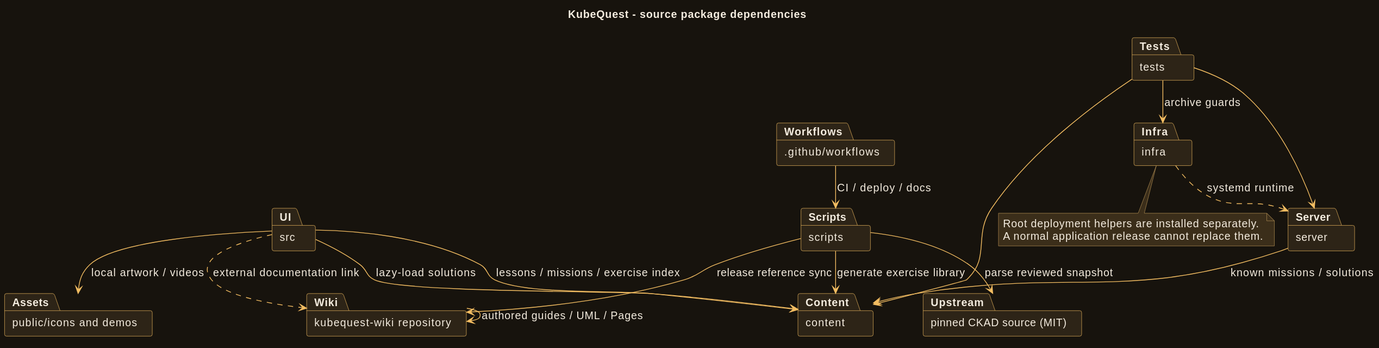
The PlantUML diagram diagrams/package.svg in ramideltoro/kubequest-wiki, before a commit. Its source is kept beside it as diagrams/package.puml.
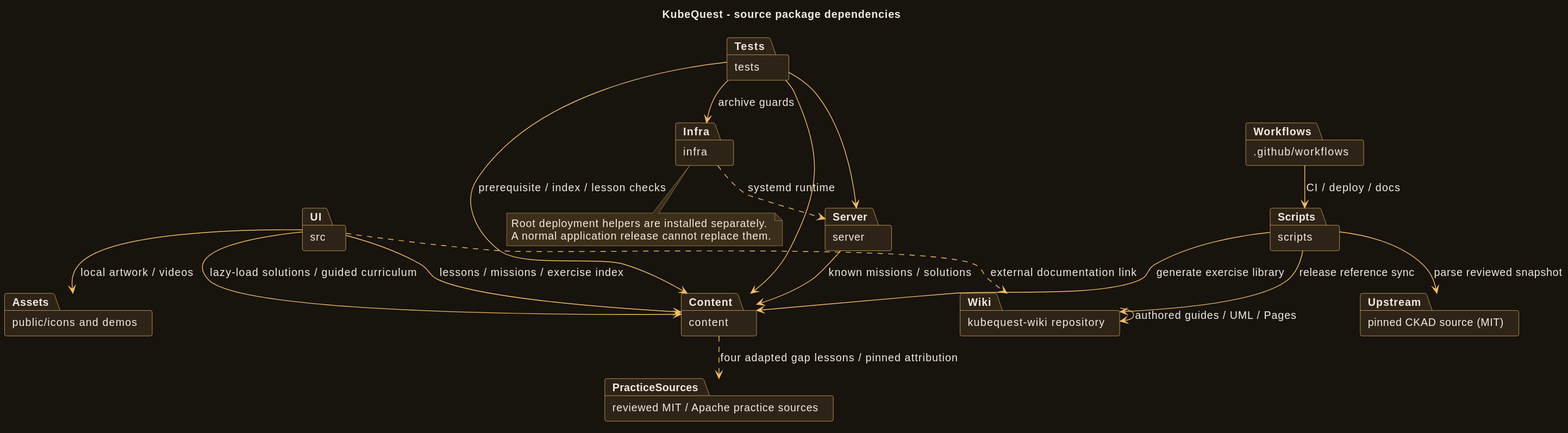
Above is the later version.

Commit message:
Document four focused CKAD curriculum additions and overlap review

Diff of the diagram source:
```diff
@@ -82,7 +82,10 @@
 package "pinned CKAD source (MIT)" as Upstream
 Scripts --> Upstream : parse reviewed snapshot
 Scripts --> Content : generate exercise library
-UI --> Content : lazy-load solutions
+UI --> Content : lazy-load solutions / guided curriculum
+package "reviewed MIT / Apache practice sources" as PracticeSources
+Content ..> PracticeSources : four adapted gap lessons / pinned attribution
+Tests --> Content : prerequisite / index / lesson checks
 UI ..> Wiki : external documentation link
 UI --> Assets : local artwork / videos
 Server --> Content : known missions / solutions
```
